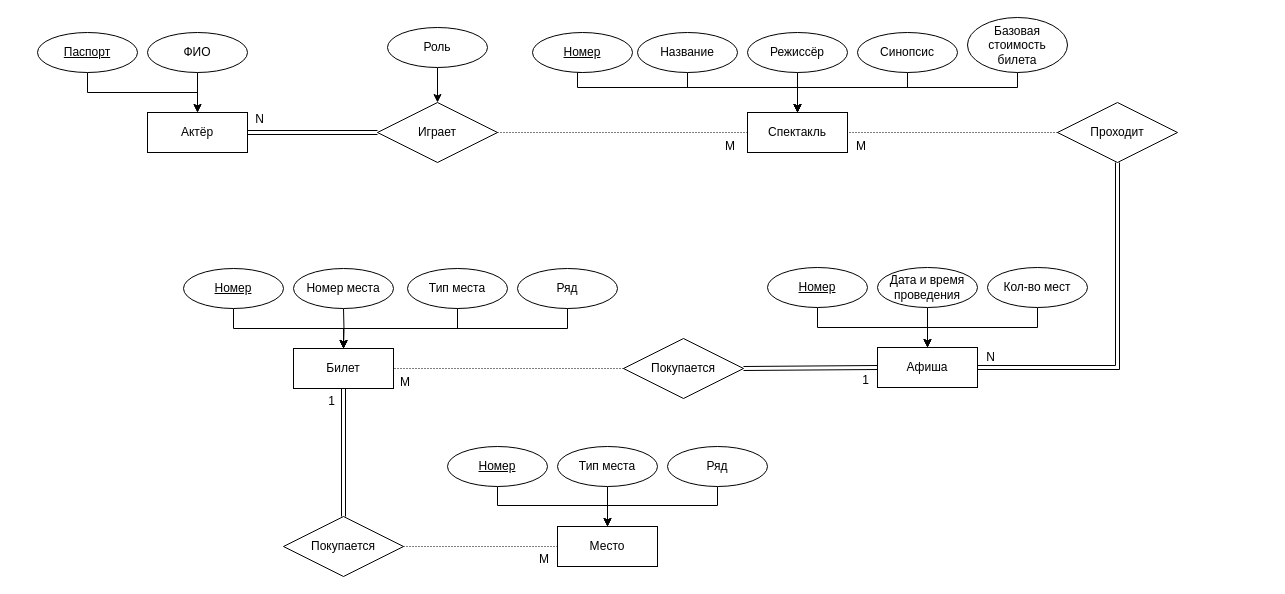
Before: Laba1/ER_diagram.drawio in den-a-s/data_based, a draw.io diagram. Source tidied: cells renumbered, new cells numbered last; positions are measured from the earlier drawing's top-left corner, leaving out a move shared by most shapes. Both pictures are drawn from the tidied source at 100%, with x=0, y=0 at pixel (17, 17).
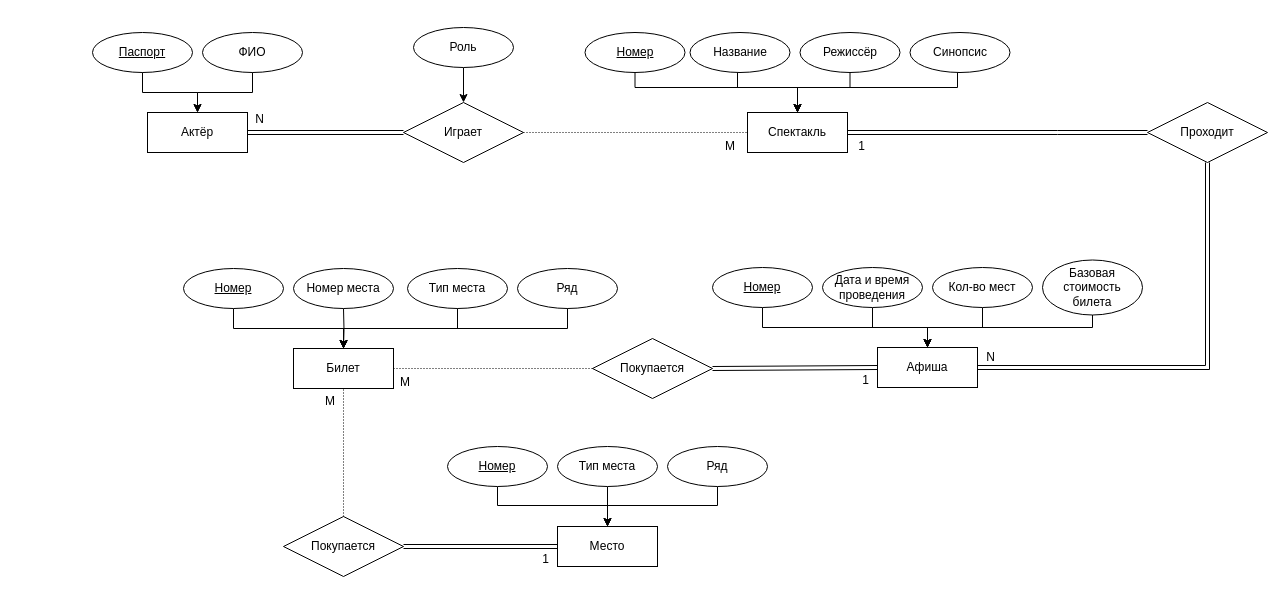
The same diagram, later.

Commit message:
Поправил связь между афишей и спектаклем, базовая стоимость теперь для афишы а не для спектакля, небольшие косметические изменения.drawio

The change refers to these unchanged cells:
```xml
<mxCell id="2" style="group;" parent="1" vertex="1">
  <mxGeometry x="540" y="15" width="460" height="120" as="geometry" />
</mxCell>
<mxCell id="3" value="Спектакль" style="whiteSpace=wrap;html=1;align=center;" parent="2" vertex="1">
  <mxGeometry x="190" y="80" width="100" height="40" as="geometry" />
</mxCell>
<mxCell id="13" value="Билет" style="whiteSpace=wrap;html=1;align=center;" parent="12" vertex="1">
  <mxGeometry x="110" y="80" width="100" height="40" as="geometry" />
</mxCell>
<mxCell id="23" style="group;" parent="1" vertex="1">
  <mxGeometry y="15" width="230" height="120" as="geometry" />
</mxCell>
<mxCell id="24" value="Актёр" style="whiteSpace=wrap;html=1;align=center;" parent="23" vertex="1">
  <mxGeometry x="130" y="80" width="100" height="40" as="geometry" />
</mxCell>
<mxCell id="56" value="&lt;div&gt;Покупается&lt;/div&gt;" style="shape=rhombus;perimeter=rhombusPerimeter;whiteSpace=wrap;html=1;align=center;" parent="1" vertex="1">
  <mxGeometry x="266" y="499" width="120" height="60" as="geometry" />
</mxCell>
<mxCell id="62" value="Место" style="whiteSpace=wrap;html=1;align=center;" parent="61" vertex="1">
  <mxGeometry x="110" y="80" width="100" height="40" as="geometry" />
</mxCell>
```

Diff of the diagram source:
```diff
@@
-    <mxCell id="4" style="edgeStyle=orthogonalEdgeStyle;rounded=0;jettySize=auto;html=1;entryX=0.5;entryY=0;entryDx=0;entryDy=0;exitX=0.5;exitY=1;exitDx=0;exitDy=0;" parent="2" edge="1" source="5" target="3">
+    <mxCell id="4" style="edgeStyle=orthogonalEdgeStyle;rounded=0;jettySize=auto;html=1;entryX=0.5;entryY=0;entryDx=0;entryDy=0;" parent="2" edge="1" source="5" target="3">
       <mxGeometry relative="1" as="geometry">
         <Array as="points">
-          <mxPoint x="20" y="40" />
-          <mxPoint x="20" y="55" />
+          <mxPoint x="77" y="55" />
           <mxPoint x="240" y="55" />
         </Array>
       </mxGeometry>
     </mxCell>
     <mxCell id="5" value="&lt;u&gt;Номер&lt;/u&gt;" style="ellipse;whiteSpace=wrap;html=1;align=center;" parent="2" vertex="1">
-      <mxGeometry x="-25" width="100" height="40" as="geometry" />
+      <mxGeometry x="27.5" width="100" height="40" as="geometry" />
     </mxCell>
     <mxCell id="6" style="edgeStyle=orthogonalEdgeStyle;rounded=0;jettySize=auto;html=1;" parent="2" edge="1" source="7" target="3">
       <mxGeometry relative="1" as="geometry">
         <Array as="points">
-          <mxPoint x="130" y="55" />
+          <mxPoint x="180" y="55" />
           <mxPoint x="240" y="55" />
         </Array>
       </mxGeometry>
     </mxCell>
     <mxCell id="7" value="Название" style="ellipse;whiteSpace=wrap;html=1;align=center;" parent="2" vertex="1">
-      <mxGeometry x="80" width="100" height="40" as="geometry" />
+      <mxGeometry x="132.5" width="100" height="40" as="geometry" />
     </mxCell>
-    <mxCell id="8" style="edgeStyle=orthogonalEdgeStyle;rounded=0;jettySize=auto;html=1;entryX=0.5;entryY=0;entryDx=0;entryDy=0;exitX=0.5;exitY=1;exitDx=0;exitDy=0;" parent="2" edge="1" source="9" target="3">
+    <mxCell id="8" style="edgeStyle=orthogonalEdgeStyle;rounded=0;jettySize=auto;html=1;entryX=0.5;entryY=0;entryDx=0;entryDy=0;" parent="2" edge="1" source="9" target="3">
       <mxGeometry relative="1" as="geometry">
         <Array as="points">
-          <mxPoint x="240" y="55" />
+          <mxPoint x="293" y="55" />
           <mxPoint x="240" y="55" />
         </Array>
       </mxGeometry>
     </mxCell>
     <mxCell id="9" value="Режиссёр" style="ellipse;whiteSpace=wrap;html=1;align=center;" parent="2" vertex="1">
-      <mxGeometry x="190" width="100" height="40" as="geometry" />
+      <mxGeometry x="242.5" width="100" height="40" as="geometry" />
     </mxCell>
     <mxCell id="10" style="edgeStyle=orthogonalEdgeStyle;rounded=0;jettySize=auto;html=1;exitX=0.5;exitY=1;exitDx=0;exitDy=0;entryX=0.5;entryY=0;entryDx=0;entryDy=0;" parent="2" edge="1" source="11" target="3">
       <mxGeometry relative="1" as="geometry">
         <Array as="points">
-          <mxPoint x="350" y="55" />
+          <mxPoint x="400" y="40" />
+          <mxPoint x="400" y="55" />
           <mxPoint x="240" y="55" />
         </Array>
       </mxGeometry>
     </mxCell>
     <mxCell id="11" value="Синопсис" style="ellipse;whiteSpace=wrap;html=1;align=center;" parent="2" vertex="1">
-      <mxGeometry x="300" width="100" height="40" as="geometry" />
+      <mxGeometry x="352.5" width="100" height="40" as="geometry" />
     </mxCell>
@@
-    <mxCell id="25" style="edgeStyle=orthogonalEdgeStyle;rounded=0;jettySize=auto;html=1;entryX=0.5;entryY=0;entryDx=0;entryDy=0;exitX=0.5;exitY=1;exitDx=0;exitDy=0;" parent="23" edge="1" source="26" target="24">
-      <mxGeometry relative="1" as="geometry">
-        <Array as="points">
-          <mxPoint x="70" y="60" />
-          <mxPoint x="180" y="60" />
-        </Array>
-      </mxGeometry>
-    </mxCell>
-    <mxCell id="26" value="&lt;u&gt;Паспорт&lt;/u&gt;" style="ellipse;whiteSpace=wrap;html=1;align=center;" parent="23" vertex="1">
-      <mxGeometry x="20" width="100" height="40" as="geometry" />
-    </mxCell>
-    <mxCell id="27" style="edgeStyle=orthogonalEdgeStyle;rounded=0;jettySize=auto;html=1;" parent="23" edge="1" source="28" target="24">
-      <mxGeometry relative="1" as="geometry" />
-    </mxCell>
-    <mxCell id="28" value="ФИО" style="ellipse;whiteSpace=wrap;html=1;align=center;" parent="23" vertex="1">
-      <mxGeometry x="130" width="100" height="40" as="geometry" />
-    </mxCell>
-    <mxCell id="29" style="group;" parent="1" vertex="1">
-      <mxGeometry x="750" y="290" width="440" height="120" as="geometry" />
-    </mxCell>
-    <mxCell id="30" value="Афиша" style="whiteSpace=wrap;html=1;align=center;" parent="29" vertex="1">
-      <mxGeometry x="110" y="40" width="100" height="40" as="geometry" />
-    </mxCell>
-    <mxCell id="31" style="edgeStyle=orthogonalEdgeStyle;rounded=0;jettySize=auto;html=1;entryX=0.5;entryY=0;entryDx=0;entryDy=0;" parent="29" edge="1" source="32" target="30">
-      <mxGeometry relative="1" as="geometry">
-        <Array as="points">
-          <mxPoint x="50" y="20" />
-          <mxPoint x="160" y="20" />
-        </Array>
-      </mxGeometry>
-    </mxCell>
-    <mxCell id="32" value="&lt;u&gt;Номер&lt;/u&gt;" style="ellipse;whiteSpace=wrap;html=1;align=center;" parent="29" vertex="1">
-      <mxGeometry y="-40" width="100" height="40" as="geometry" />
-    </mxCell>
-    <mxCell id="33" style="edgeStyle=orthogonalEdgeStyle;rounded=0;jettySize=auto;html=1;" parent="29" edge="1" source="34" target="30">
-      <mxGeometry relative="1" as="geometry" />
-    </mxCell>
-    <mxCell id="34" value="Дата и время проведения" style="ellipse;whiteSpace=wrap;html=1;align=center;" parent="29" vertex="1">
-      <mxGeometry x="110" y="-40" width="100" height="40" as="geometry" />
-    </mxCell>
-    <mxCell id="35" style="edgeStyle=orthogonalEdgeStyle;rounded=0;jettySize=auto;html=1;entryX=0.5;entryY=0;entryDx=0;entryDy=0;" parent="29" edge="1" source="36" target="30">
-      <mxGeometry relative="1" as="geometry">
-        <Array as="points">
-          <mxPoint x="270" y="20" />
-          <mxPoint x="160" y="20" />
-        </Array>
-      </mxGeometry>
-    </mxCell>
-    <mxCell id="36" value="Кол-во мест" style="ellipse;whiteSpace=wrap;html=1;align=center;" parent="29" vertex="1">
-      <mxGeometry x="220" y="-40" width="100" height="40" as="geometry" />
-    </mxCell>
     <mxCell id="37" value="&lt;div&gt;Играет&lt;/div&gt;" style="shape=rhombus;perimeter=rhombusPerimeter;whiteSpace=wrap;html=1;align=center;" parent="1" vertex="1">
-      <mxGeometry x="360" y="85" width="120" height="60" as="geometry" />
+      <mxGeometry x="386" y="85" width="120" height="60" as="geometry" />
     </mxCell>
@@
     <mxCell id="42" value="Проходит" style="shape=rhombus;perimeter=rhombusPerimeter;whiteSpace=wrap;html=1;align=center;" parent="1" vertex="1">
-      <mxGeometry x="1040" y="85" width="120" height="60" as="geometry" />
+      <mxGeometry x="1130" y="85" width="120" height="60" as="geometry" />
     </mxCell>
-    <mxCell id="43" style="endArrow=none;html=1;rounded=0;dashed=1;dashPattern=1 2;exitX=0;exitY=0.5;exitDx=0;exitDy=0;entryX=1;entryY=0.5;entryDx=0;entryDy=0;" parent="1" edge="1" source="42" target="3">
-      <mxGeometry relative="1" as="geometry" />
-    </mxCell>
-    <mxCell id="44" value="&lt;div&gt;М&lt;/div&gt;" style="html=1;whiteSpace=wrap;align=right;verticalAlign=bottom;" parent="43" vertex="1">
-      <mxGeometry x="1" relative="1" as="geometry">
-        <mxPoint x="20" y="22" as="offset" />
-      </mxGeometry>
-    </mxCell>
     <mxCell id="45" style="shape=link;html=1;rounded=0;entryX=1;entryY=0.5;entryDx=0;entryDy=0;exitX=0.5;exitY=1;exitDx=0;exitDy=0;" parent="1" edge="1" source="42" target="30">
       <mxGeometry relative="1" as="geometry">
         <Array as="points">
-          <mxPoint x="1100" y="350" />
+          <mxPoint x="1190" y="350" />
         </Array>
       </mxGeometry>
     </mxCell>
@@
     <mxCell id="47" value="&lt;div&gt;Покупается&lt;/div&gt;" style="shape=rhombus;perimeter=rhombusPerimeter;whiteSpace=wrap;html=1;align=center;" parent="1" vertex="1">
-      <mxGeometry x="606" y="321" width="120" height="60" as="geometry" />
+      <mxGeometry x="575" y="321" width="120" height="60" as="geometry" />
     </mxCell>
@@
     <mxCell id="53" value="Роль" style="ellipse;whiteSpace=wrap;html=1;align=center;" parent="1" vertex="1">
-      <mxGeometry x="370" y="10" width="100" height="40" as="geometry" />
+      <mxGeometry x="396" y="10" width="100" height="40" as="geometry" />
     </mxCell>
-    <mxCell id="54" style="edgeStyle=orthogonalEdgeStyle;rounded=0;jettySize=auto;html=1;exitX=0.5;exitY=1;exitDx=0;exitDy=0;entryX=0.5;entryY=0;entryDx=0;entryDy=0;" parent="1" edge="1" source="55" target="3">
-      <mxGeometry relative="1" as="geometry">
-        <Array as="points">
-          <mxPoint x="1000" y="70" />
-          <mxPoint x="780" y="70" />
-        </Array>
-      </mxGeometry>
-    </mxCell>
-    <mxCell id="55" value="Базовая стоимость билета" style="ellipse;whiteSpace=wrap;html=1;align=center;" parent="1" vertex="1">
-      <mxGeometry x="950" width="100" height="55" as="geometry" />
-    </mxCell>
@@
-    <mxCell id="57" style="shape=link;html=1;rounded=0;entryX=0.5;entryY=1;entryDx=0;entryDy=0;exitX=0.5;exitY=0;exitDx=0;exitDy=0;" parent="1" edge="1" source="56" target="13">
-      <mxGeometry relative="1" as="geometry" />
-    </mxCell>
-    <mxCell id="58" value="1" style="html=1;whiteSpace=wrap;align=right;verticalAlign=bottom;" parent="57" vertex="1">
-      <mxGeometry x="1" relative="1" as="geometry">
-        <mxPoint x="-7" y="21" as="offset" />
-      </mxGeometry>
-    </mxCell>
-    <mxCell id="59" style="endArrow=none;html=1;rounded=0;dashed=1;dashPattern=1 2;entryX=0;entryY=0.5;entryDx=0;entryDy=0;exitX=1;exitY=0.5;exitDx=0;exitDy=0;" parent="1" edge="1" source="56" target="62">
+    <mxCell id="59" style="endArrow=none;html=1;rounded=0;dashed=1;dashPattern=1 2;entryX=0.5;entryY=1;entryDx=0;entryDy=0;exitX=0.5;exitY=0;exitDx=0;exitDy=0;" parent="1" edge="1" source="56" target="13">
       <mxGeometry relative="1" as="geometry" />
     </mxCell>
@@
+    <mxCell id="69" style="shape=link;html=1;rounded=0;exitX=1;exitY=0.5;exitDx=0;exitDy=0;entryX=0;entryY=0.5;entryDx=0;entryDy=0;" parent="1" edge="1" source="56" target="62">
+      <mxGeometry relative="1" as="geometry" />
+    </mxCell>
+    <mxCell id="58" value="1" style="html=1;whiteSpace=wrap;align=right;verticalAlign=bottom;" parent="69" vertex="1">
+      <mxGeometry x="1" relative="1" as="geometry">
+        <mxPoint x="-7" y="21" as="offset" />
+      </mxGeometry>
+    </mxCell>
+    <mxCell id="70" style="group;" parent="1" vertex="1">
+      <mxGeometry x="695" y="242.5" width="430" height="127.5" as="geometry" />
+    </mxCell>
+    <mxCell id="55" value="Базовая стоимость билета" style="ellipse;whiteSpace=wrap;html=1;align=center;" parent="70" vertex="1">
+      <mxGeometry x="330" width="100" height="55" as="geometry" />
+    </mxCell>
+    <mxCell id="30" value="Афиша" style="whiteSpace=wrap;html=1;align=center;" parent="70" vertex="1">
+      <mxGeometry x="165" y="87.5" width="100" height="40" as="geometry" />
+    </mxCell>
+    <mxCell id="71" style="edgeStyle=orthogonalEdgeStyle;rounded=0;jettySize=auto;html=1;entryX=0.5;entryY=0;entryDx=0;entryDy=0;" parent="70" edge="1" source="55" target="30">
+      <mxGeometry relative="1" as="geometry">
+        <Array as="points">
+          <mxPoint x="380" y="67.5" />
+          <mxPoint x="215" y="67.5" />
+        </Array>
+      </mxGeometry>
+    </mxCell>
+    <mxCell id="31" style="edgeStyle=orthogonalEdgeStyle;rounded=0;jettySize=auto;html=1;entryX=0.5;entryY=0;entryDx=0;entryDy=0;" parent="70" edge="1" source="32" target="30">
+      <mxGeometry relative="1" as="geometry">
+        <Array as="points">
+          <mxPoint x="50" y="67.5" />
+          <mxPoint x="215" y="67.5" />
+        </Array>
+      </mxGeometry>
+    </mxCell>
+    <mxCell id="32" value="&lt;u&gt;Номер&lt;/u&gt;" style="ellipse;whiteSpace=wrap;html=1;align=center;" parent="70" vertex="1">
+      <mxGeometry y="7.5" width="100" height="40" as="geometry" />
+    </mxCell>
+    <mxCell id="33" style="edgeStyle=orthogonalEdgeStyle;rounded=0;jettySize=auto;html=1;entryX=0.5;entryY=0;entryDx=0;entryDy=0;" parent="70" edge="1" source="34" target="30">
+      <mxGeometry relative="1" as="geometry" />
+    </mxCell>
+    <mxCell id="34" value="Дата и время проведения" style="ellipse;whiteSpace=wrap;html=1;align=center;" parent="70" vertex="1">
+      <mxGeometry x="110" y="7.5" width="100" height="40" as="geometry" />
+    </mxCell>
+    <mxCell id="35" style="edgeStyle=orthogonalEdgeStyle;rounded=0;jettySize=auto;html=1;entryX=0.5;entryY=0;entryDx=0;entryDy=0;" parent="70" edge="1" source="36" target="30">
+      <mxGeometry relative="1" as="geometry" />
+    </mxCell>
+    <mxCell id="36" value="Кол-во мест" style="ellipse;whiteSpace=wrap;html=1;align=center;" parent="70" vertex="1">
+      <mxGeometry x="220" y="7.5" width="100" height="40" as="geometry" />
+    </mxCell>
+    <mxCell id="43" style="shape=link;html=1;rounded=0;entryX=1;entryY=0.5;entryDx=0;entryDy=0;exitX=0;exitY=0.5;exitDx=0;exitDy=0;" parent="1" edge="1" source="42" target="3">
+      <mxGeometry relative="1" as="geometry">
+        <Array as="points">
+          <mxPoint x="1040" y="115" />
+        </Array>
+      </mxGeometry>
+    </mxCell>
+    <mxCell id="72" value="&lt;div&gt;1&lt;/div&gt;" style="html=1;whiteSpace=wrap;align=right;verticalAlign=bottom;" parent="43" vertex="1">
+      <mxGeometry x="1" relative="1" as="geometry">
+        <mxPoint x="19" y="22" as="offset" />
+      </mxGeometry>
+    </mxCell>
+    <mxCell id="26" value="&lt;u&gt;Паспорт&lt;/u&gt;" style="ellipse;whiteSpace=wrap;html=1;align=center;" parent="1" vertex="1">
+      <mxGeometry x="75" y="15" width="100" height="40" as="geometry" />
+    </mxCell>
+    <mxCell id="28" value="ФИО" style="ellipse;whiteSpace=wrap;html=1;align=center;" parent="1" vertex="1">
+      <mxGeometry x="185" y="15" width="100" height="40" as="geometry" />
+    </mxCell>
+    <mxCell id="25" style="edgeStyle=orthogonalEdgeStyle;rounded=0;jettySize=auto;html=1;entryX=0.5;entryY=0;entryDx=0;entryDy=0;exitX=0.5;exitY=1;exitDx=0;exitDy=0;" parent="1" edge="1" source="26" target="24">
+      <mxGeometry relative="1" as="geometry">
+        <Array as="points">
+          <mxPoint x="125" y="75" />
+          <mxPoint x="180" y="75" />
+        </Array>
+      </mxGeometry>
+    </mxCell>
+    <mxCell id="27" style="edgeStyle=orthogonalEdgeStyle;rounded=0;jettySize=auto;html=1;" parent="1" edge="1" source="28" target="24">
+      <mxGeometry relative="1" as="geometry" />
+    </mxCell>
```
